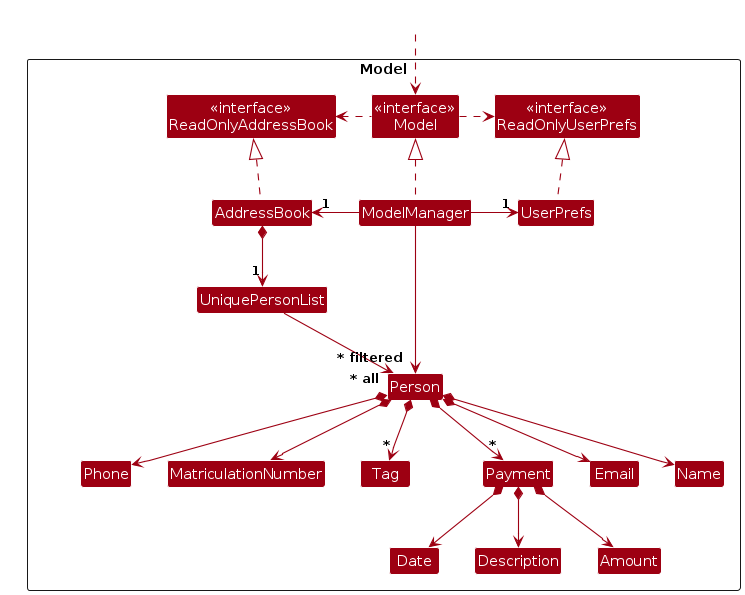
AY2526S1-CS2103T-W11-2/tp keeps this PlantUML diagram as diagrams/ModelClassDiagram.png. Above is the earlier version. Its source is kept beside it as diagrams/ModelClassDiagram.puml.
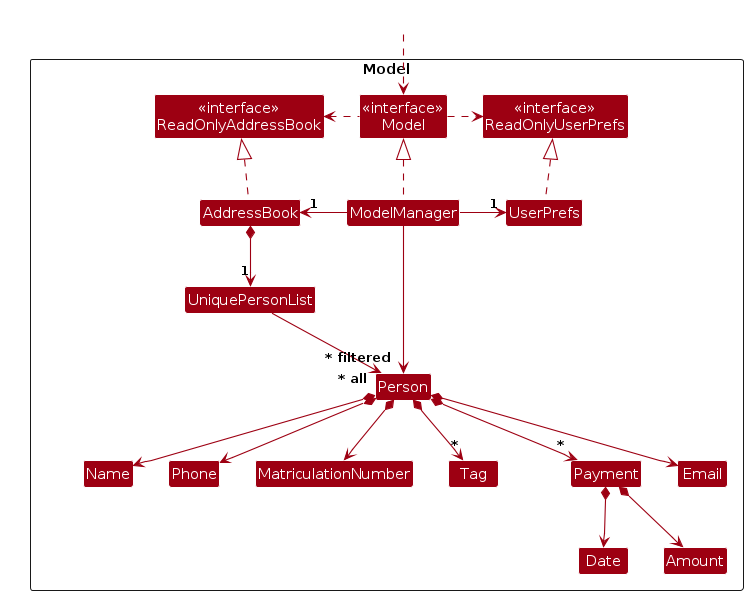
Later version of the same file.

What changed in the source:
```diff
@@ -36,7 +36,7 @@
   }
   class Amount
   class Date
-  class Description
+
 
   class I #FFFFFF
 }
@@ -63,7 +63,6 @@
 Person *--> "*" Payment
 Payment *--> Amount
 Payment *--> Date
-Payment *--> Description
 
 Person -[hidden]up--> I
 UniquePersonList -[hidden]right-> I
```
